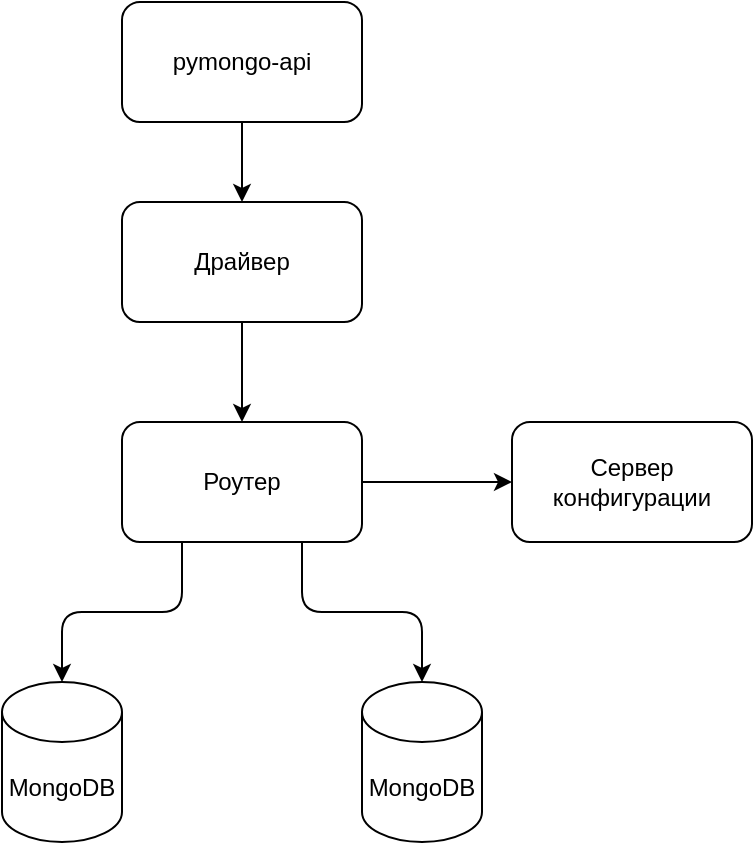
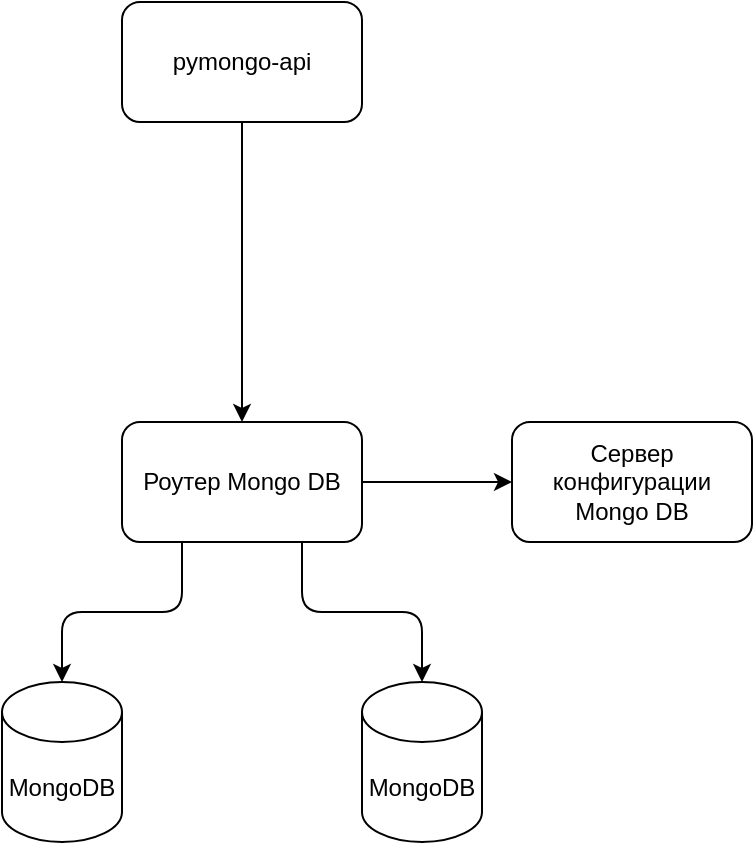
<mxfile host="65bd71144e">
    <diagram name="Page-1" id="-H_mtQnk-PTXWXPvYvuk">
-         <mxGraphModel dx="914" dy="835" grid="1" gridSize="10" guides="1" tooltips="1" connect="1" arrows="1" fold="1" page="1" pageScale="1" pageWidth="1169" pageHeight="827" math="0" shadow="0">
+         <mxGraphModel dx="914" dy="1148" grid="1" gridSize="10" guides="1" tooltips="1" connect="1" arrows="1" fold="1" page="1" pageScale="1" pageWidth="1169" pageHeight="827" math="0" shadow="0">
            <root>
                <mxCell id="0"/>
                <mxCell id="1" parent="0"/>
                <mxCell id="zA23MoTUsTF4_91t8viU-2" value="MongoDB" style="shape=cylinder3;whiteSpace=wrap;html=1;boundedLbl=1;backgroundOutline=1;size=15;" parent="1" vertex="1">
                    <mxGeometry x="450" y="480" width="60" height="80" as="geometry"/>
                </mxCell>
-                 <mxCell id="10" style="edgeStyle=orthogonalEdgeStyle;html=1;entryX=0.5;entryY=0;entryDx=0;entryDy=0;" parent="1" source="zA23MoTUsTF4_91t8viU-3" target="2" edge="1">
-                     <mxGeometry relative="1" as="geometry"/>
+                 <mxCell id="10" style="edgeStyle=orthogonalEdgeStyle;html=1;" parent="1" source="zA23MoTUsTF4_91t8viU-3" target="6" edge="1">
+                     <mxGeometry relative="1" as="geometry">
+                         <mxPoint x="390" y="240" as="targetPoint"/>
+                     </mxGeometry>
                </mxCell>
                <mxCell id="zA23MoTUsTF4_91t8viU-3" value="pymongo-api" style="rounded=1;whiteSpace=wrap;html=1;" parent="1" vertex="1">
                    <mxGeometry x="330" y="140" width="120" height="60" as="geometry"/>
-                 </mxCell>
-                 <mxCell id="14" style="edgeStyle=orthogonalEdgeStyle;html=1;" parent="1" source="2" target="6" edge="1">
-                     <mxGeometry relative="1" as="geometry"/>
-                 </mxCell>
-                 <mxCell id="2" value="Драйвер" style="rounded=1;whiteSpace=wrap;html=1;" parent="1" vertex="1">
-                     <mxGeometry x="330" y="240" width="120" height="60" as="geometry"/>
                </mxCell>
                <mxCell id="18" style="edgeStyle=orthogonalEdgeStyle;html=1;exitX=0.25;exitY=1;exitDx=0;exitDy=0;" parent="1" source="6" target="7" edge="1">
                    <mxGeometry relative="1" as="geometry">
                        <mxPoint x="300" y="410" as="sourcePoint"/>
                    </mxGeometry>
                </mxCell>
-                 <mxCell id="5" value="Сервер конфигурации" style="rounded=1;whiteSpace=wrap;html=1;" parent="1" vertex="1">
+                 <mxCell id="5" value="Сервер конфигурации Mongo DB" style="rounded=1;whiteSpace=wrap;html=1;" parent="1" vertex="1">
                    <mxGeometry x="525" y="350" width="120" height="60" as="geometry"/>
                </mxCell>
                <mxCell id="17" style="edgeStyle=orthogonalEdgeStyle;html=1;" parent="1" source="6" target="5" edge="1">
                    <mxGeometry relative="1" as="geometry"/>
                </mxCell>
                <mxCell id="19" style="edgeStyle=orthogonalEdgeStyle;html=1;exitX=0.75;exitY=1;exitDx=0;exitDy=0;" parent="1" source="6" target="zA23MoTUsTF4_91t8viU-2" edge="1">
                    <mxGeometry relative="1" as="geometry"/>
                </mxCell>
-                 <mxCell id="6" value="Роутер" style="rounded=1;whiteSpace=wrap;html=1;" parent="1" vertex="1">
+                 <mxCell id="6" value="Роутер Mongo DB" style="rounded=1;whiteSpace=wrap;html=1;" parent="1" vertex="1">
                    <mxGeometry x="330" y="350" width="120" height="60" as="geometry"/>
                </mxCell>
                <mxCell id="7" value="MongoDB" style="shape=cylinder3;whiteSpace=wrap;html=1;boundedLbl=1;backgroundOutline=1;size=15;" parent="1" vertex="1">
                    <mxGeometry x="270" y="480" width="60" height="80" as="geometry"/>
                </mxCell>
            </root>
        </mxGraphModel>
    </diagram>
</mxfile>